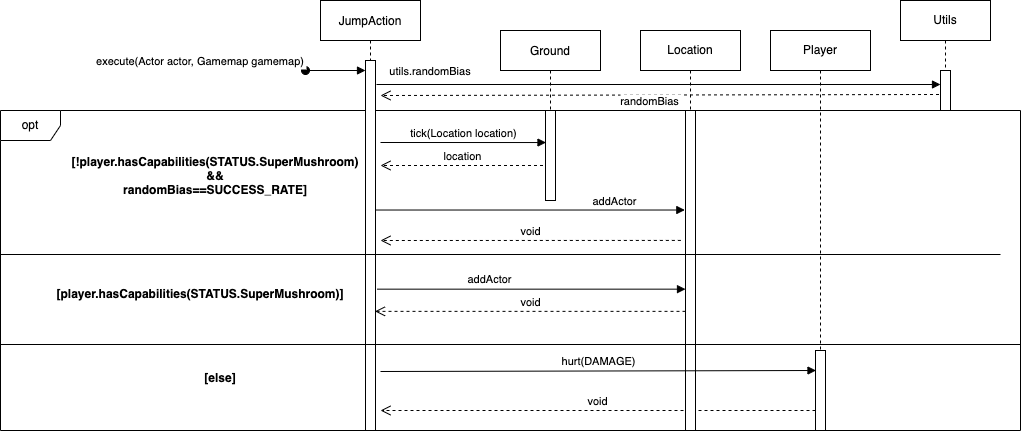
Earlier version of the draw.io export design-docs/REQ2_sequencediagram.png (syedzubinhafiz/supermario). Source tidied: cells renumbered, new cells last; positions are measured from the earlier drawing's top-left corner, leaving out a move shared by most shapes. The source it was exported from:
```xml
<mxGraphModel>
  <root>
    <mxCell id="0" />
    <mxCell id="1" parent="0" />
    <mxCell id="2" value="opt" style="shape=umlFrame;whiteSpace=wrap;html=1;" parent="1" vertex="1">
      <mxGeometry y="110" width="1020" height="320" as="geometry" />
    </mxCell>
    <mxCell id="3" value="JumpAction" style="shape=umlLifeline;perimeter=lifelinePerimeter;rounded=0;shadow=0;strokeWidth=1;" parent="1" vertex="1">
      <mxGeometry x="320" width="100" height="430" as="geometry" />
    </mxCell>
    <mxCell id="4" style="points=[];perimeter=orthogonalPerimeter;rounded=0;shadow=0;strokeWidth=1;" parent="3" vertex="1">
      <mxGeometry x="45" y="60" width="10" height="370" as="geometry" />
    </mxCell>
    <mxCell id="5" value="execute(Actor actor, Gamemap gamemap)" style="verticalAlign=bottom;startArrow=oval;endArrow=block;startSize=8;shadow=0;strokeWidth=1;" parent="3" edge="1" target="4">
      <mxGeometry x="-1" y="-105" relative="1" as="geometry">
        <mxPoint x="-15" y="70" as="sourcePoint" />
        <mxPoint x="-105" y="-105" as="offset" />
      </mxGeometry>
    </mxCell>
    <mxCell id="6" value="void" style="html=1;verticalAlign=bottom;endArrow=open;dashed=1;endSize=8;rounded=0;exitX=0.667;exitY=0.406;exitDx=0;exitDy=0;exitPerimeter=0;" parent="3" edge="1" source="2">
      <mxGeometry relative="1" as="geometry">
        <mxPoint x="60" y="240" as="targetPoint" />
      </mxGeometry>
    </mxCell>
    <mxCell id="7" value="void" style="html=1;verticalAlign=bottom;endArrow=open;dashed=1;endSize=8;rounded=0;" parent="3" edge="1" source="16">
      <mxGeometry relative="1" as="geometry">
        <mxPoint x="60" y="410" as="targetPoint" />
      </mxGeometry>
    </mxCell>
    <mxCell id="8" value="Ground" style="shape=umlLifeline;perimeter=lifelinePerimeter;rounded=0;shadow=0;strokeWidth=1;" parent="1" vertex="1">
      <mxGeometry x="500" y="30" width="100" height="170" as="geometry" />
    </mxCell>
    <mxCell id="9" style="points=[];perimeter=orthogonalPerimeter;rounded=0;shadow=0;strokeWidth=1;" parent="8" vertex="1">
      <mxGeometry x="45" y="80" width="10" height="90" as="geometry" />
    </mxCell>
    <mxCell id="10" value="[!player.hasCapabilities(STATUS.SuperMushroom)&#10;&amp;&amp;&#10;randomBias==SUCCESS_RATE]" style="text;align=center;fontStyle=1;verticalAlign=middle;spacingLeft=3;spacingRight=3;strokeColor=none;" parent="1" vertex="1">
      <mxGeometry x="180" y="170" width="70" height="10" as="geometry" />
    </mxCell>
    <mxCell id="11" value="Location" style="shape=umlLifeline;perimeter=lifelinePerimeter;whiteSpace=wrap;html=1;" parent="1" vertex="1">
      <mxGeometry x="640" y="30" width="100" height="400" as="geometry" />
    </mxCell>
    <mxCell id="12" style="html=1;points=[];perimeter=orthogonalPerimeter;" parent="11" vertex="1">
      <mxGeometry x="45" y="80" width="10" height="320" as="geometry" />
    </mxCell>
    <mxCell id="13" value="location" style="html=1;verticalAlign=bottom;endArrow=open;dashed=1;endSize=8;rounded=0;exitX=-0.25;exitY=0.611;exitDx=0;exitDy=0;exitPerimeter=0;" parent="1" edge="1" source="9">
      <mxGeometry relative="1" as="geometry">
        <mxPoint x="380" y="165" as="targetPoint" />
      </mxGeometry>
    </mxCell>
    <mxCell id="14" value="tick(Location location)" style="html=1;verticalAlign=bottom;endArrow=block;rounded=0;entryX=0.05;entryY=0.356;entryDx=0;entryDy=0;entryPerimeter=0;" parent="1" edge="1" target="9">
      <mxGeometry relative="1" as="geometry">
        <mxPoint x="380" y="142" as="sourcePoint" />
      </mxGeometry>
    </mxCell>
    <mxCell id="15" value="Player" style="shape=umlLifeline;perimeter=lifelinePerimeter;whiteSpace=wrap;html=1;" parent="1" vertex="1">
      <mxGeometry x="770" y="30" width="100" height="400" as="geometry" />
    </mxCell>
    <mxCell id="16" style="html=1;points=[];perimeter=orthogonalPerimeter;" parent="15" vertex="1">
      <mxGeometry x="45" y="320" width="10" height="80" as="geometry" />
    </mxCell>
    <mxCell id="17" style="line;strokeWidth=1;fillColor=none;align=left;verticalAlign=middle;spacingTop=-1;spacingLeft=3;spacingRight=3;labelPosition=right;" parent="1" vertex="1">
      <mxGeometry y="250" width="1000" height="8" as="geometry" />
    </mxCell>
    <mxCell id="18" style="line;strokeWidth=1;fillColor=none;align=left;verticalAlign=middle;spacingTop=-1;spacingLeft=3;spacingRight=3;labelPosition=right;" parent="1" vertex="1">
      <mxGeometry y="340" width="1020" height="8" as="geometry" />
    </mxCell>
    <mxCell id="19" value="addActor" style="html=1;verticalAlign=bottom;endArrow=block;rounded=0;exitX=1.15;exitY=0.618;exitDx=0;exitDy=0;exitPerimeter=0;" parent="1" edge="1" source="4" target="12">
      <mxGeometry x="-0.28" y="1" relative="1" as="geometry" />
    </mxCell>
    <mxCell id="20" value="Utils" style="shape=umlLifeline;perimeter=lifelinePerimeter;whiteSpace=wrap;html=1;" parent="1" vertex="1">
      <mxGeometry x="900" width="90" height="110" as="geometry" />
    </mxCell>
    <mxCell id="21" style="html=1;points=[];perimeter=orthogonalPerimeter;" parent="20" vertex="1">
      <mxGeometry x="40" y="70" width="10" height="40" as="geometry" />
    </mxCell>
    <mxCell id="22" value="[else]" style="text;align=center;fontStyle=1;verticalAlign=middle;spacingLeft=3;spacingRight=3;strokeColor=none;" parent="1" vertex="1">
      <mxGeometry x="180" y="364" width="80" height="26" as="geometry" />
    </mxCell>
    <mxCell id="23" value="[player.hasCapabilities(STATUS.SuperMushroom)]" style="text;align=center;fontStyle=1;verticalAlign=middle;spacingLeft=3;spacingRight=3;strokeColor=none;" parent="1" vertex="1">
      <mxGeometry x="160" y="280" width="80" height="26" as="geometry" />
    </mxCell>
    <mxCell id="24" value="addActor" style="html=1;verticalAlign=bottom;endArrow=block;rounded=0;entryX=-0.067;entryY=0.311;entryDx=0;entryDy=0;entryPerimeter=0;" parent="1" edge="1" source="4" target="12">
      <mxGeometry x="0.55" relative="1" as="geometry" />
    </mxCell>
    <mxCell id="25" value="hurt(DAMAGE)" style="html=1;verticalAlign=bottom;endArrow=block;rounded=0;entryX=0.05;entryY=0.25;entryDx=0;entryDy=0;entryPerimeter=0;" parent="1" edge="1" target="16">
      <mxGeometry relative="1" as="geometry">
        <mxPoint x="380" y="371" as="sourcePoint" />
      </mxGeometry>
    </mxCell>
    <mxCell id="26" value="utils.randomBias" style="verticalAlign=bottom;endArrow=block;shadow=0;strokeWidth=1;exitX=0.6;exitY=1.1;exitDx=0;exitDy=0;exitPerimeter=0;" parent="1" edge="1">
      <mxGeometry x="-0.81" y="4" relative="1" as="geometry">
        <mxPoint x="376" y="84" as="sourcePoint" />
        <mxPoint x="940" y="84" as="targetPoint" />
      </mxGeometry>
    </mxCell>
    <mxCell id="27" value="randomBias" style="verticalAlign=bottom;endArrow=open;dashed=1;endSize=8;shadow=0;strokeWidth=1;exitX=-0.15;exitY=0.6;exitDx=0;exitDy=0;exitPerimeter=0;" parent="1" edge="1" source="21">
      <mxGeometry x="0.03" y="15" relative="1" as="geometry">
        <mxPoint x="380" y="95" as="targetPoint" />
      </mxGeometry>
    </mxCell>
    <mxCell id="28" value="void" style="html=1;verticalAlign=bottom;endArrow=open;dashed=1;endSize=8;rounded=0;entryX=0.95;entryY=0.678;entryDx=0;entryDy=0;entryPerimeter=0;" parent="1" edge="1" source="12" target="4">
      <mxGeometry relative="1" as="geometry" />
    </mxCell>
  </root>
</mxGraphModel>
```
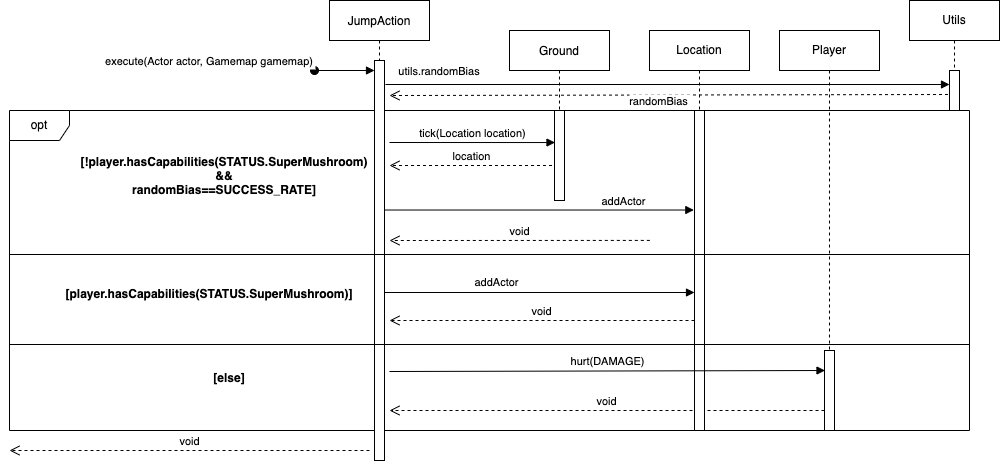
Above is the later version.

Commit message:
sequence diagrams for req1&2 done

Diff of the diagram source:
```diff
@@ -3,13 +3,13 @@
     <mxCell id="0" />
     <mxCell id="1" parent="0" />
     <mxCell id="2" value="opt" style="shape=umlFrame;whiteSpace=wrap;html=1;" parent="1" vertex="1">
-      <mxGeometry y="110" width="1020" height="320" as="geometry" />
+      <mxGeometry y="110" width="960" height="320" as="geometry" />
     </mxCell>
     <mxCell id="3" value="JumpAction" style="shape=umlLifeline;perimeter=lifelinePerimeter;rounded=0;shadow=0;strokeWidth=1;" parent="1" vertex="1">
-      <mxGeometry x="320" width="100" height="430" as="geometry" />
+      <mxGeometry x="320" width="100" height="460" as="geometry" />
     </mxCell>
     <mxCell id="4" style="points=[];perimeter=orthogonalPerimeter;rounded=0;shadow=0;strokeWidth=1;" parent="3" vertex="1">
-      <mxGeometry x="45" y="60" width="10" height="370" as="geometry" />
+      <mxGeometry x="45" y="60" width="10" height="400" as="geometry" />
     </mxCell>
     <mxCell id="5" value="execute(Actor actor, Gamemap gamemap)" style="verticalAlign=bottom;startArrow=oval;endArrow=block;startSize=8;shadow=0;strokeWidth=1;" parent="3" edge="1" target="4">
       <mxGeometry x="-1" y="-105" relative="1" as="geometry">
@@ -59,12 +59,12 @@
       <mxGeometry x="45" y="320" width="10" height="80" as="geometry" />
     </mxCell>
     <mxCell id="17" style="line;strokeWidth=1;fillColor=none;align=left;verticalAlign=middle;spacingTop=-1;spacingLeft=3;spacingRight=3;labelPosition=right;" parent="1" vertex="1">
-      <mxGeometry y="250" width="1000" height="8" as="geometry" />
+      <mxGeometry y="250" width="960" height="8" as="geometry" />
     </mxCell>
     <mxCell id="18" style="line;strokeWidth=1;fillColor=none;align=left;verticalAlign=middle;spacingTop=-1;spacingLeft=3;spacingRight=3;labelPosition=right;" parent="1" vertex="1">
-      <mxGeometry y="340" width="1020" height="8" as="geometry" />
+      <mxGeometry y="340" width="960" height="8" as="geometry" />
     </mxCell>
-    <mxCell id="19" value="addActor" style="html=1;verticalAlign=bottom;endArrow=block;rounded=0;exitX=1.15;exitY=0.618;exitDx=0;exitDy=0;exitPerimeter=0;" parent="1" edge="1" source="4" target="12">
+    <mxCell id="19" value="addActor" style="html=1;verticalAlign=bottom;endArrow=block;rounded=0;exitX=1;exitY=0.58;exitDx=0;exitDy=0;exitPerimeter=0;" parent="1" edge="1" source="4" target="12">
       <mxGeometry x="-0.28" y="1" relative="1" as="geometry" />
     </mxCell>
     <mxCell id="20" value="Utils" style="shape=umlLifeline;perimeter=lifelinePerimeter;whiteSpace=wrap;html=1;" parent="1" vertex="1">
@@ -98,8 +98,16 @@
         <mxPoint x="380" y="95" as="targetPoint" />
       </mxGeometry>
     </mxCell>
-    <mxCell id="28" value="void" style="html=1;verticalAlign=bottom;endArrow=open;dashed=1;endSize=8;rounded=0;entryX=0.95;entryY=0.678;entryDx=0;entryDy=0;entryPerimeter=0;" parent="1" edge="1" source="12" target="4">
-      <mxGeometry relative="1" as="geometry" />
+    <mxCell id="28" value="void" style="html=1;verticalAlign=bottom;endArrow=open;dashed=1;endSize=8;rounded=0;" parent="1" edge="1" source="12">
+      <mxGeometry relative="1" as="geometry">
+        <mxPoint x="380" y="320" as="targetPoint" />
+      </mxGeometry>
     </mxCell>
+    <mxCell id="29" value="void" style="html=1;verticalAlign=bottom;endArrow=open;dashed=1;endSize=8;rounded=0;" parent="1" edge="1">
+      <mxGeometry relative="1" as="geometry">
+        <mxPoint x="360" y="450" as="sourcePoint" />
+        <mxPoint y="450" as="targetPoint" />
+      </mxGeometry>
+    </mxCell>
   </root>
 </mxGraphModel>
```
